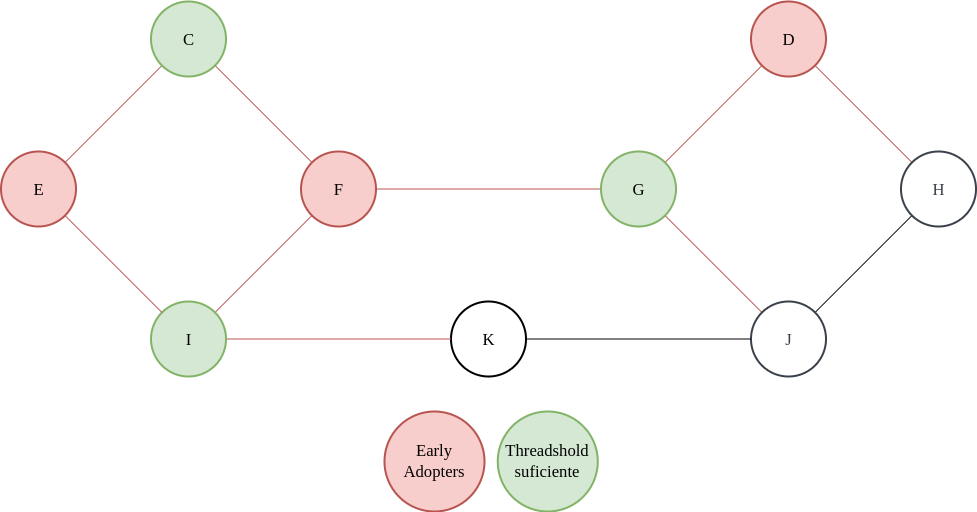
The draw.io diagram parcialito_3/media/3-b4.png in amveiga/75.30-teoria_de_algoritmos_ii, before a commit. Source tidied: cells renumbered, new cells last; positions are measured from the earlier drawing's top-left corner, leaving out a move shared by most shapes.
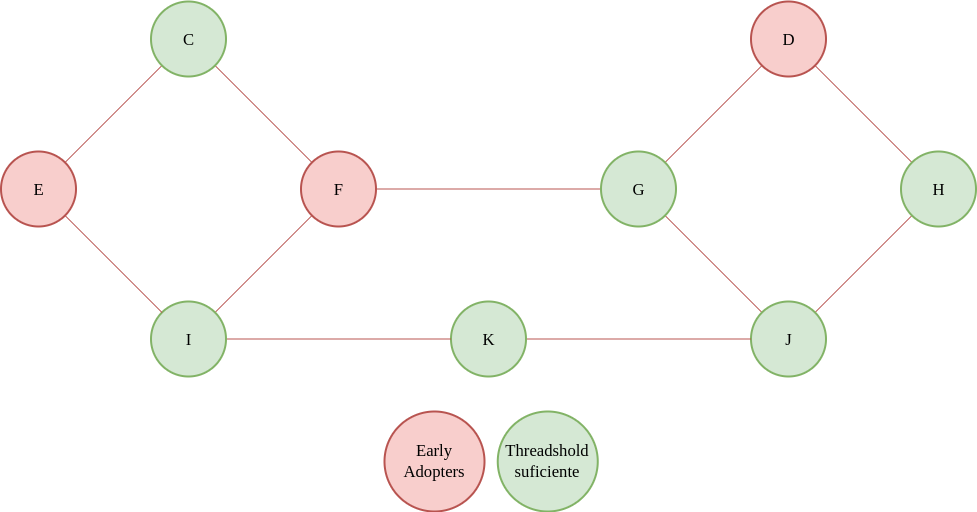
The same diagram one commit later.

Change to the diagram source:
```diff
@@ -14,31 +14,31 @@
     <mxCell id="5" style="edgeStyle=none;rounded=0;jettySize=auto;html=1;exitX=1;exitY=1;exitDx=0;exitDy=0;startArrow=none;startFill=0;endArrow=none;endFill=0;fillColor=#f8cecc;strokeColor=#b85450;" parent="1" edge="1" source="7" target="12">
       <mxGeometry relative="1" as="geometry" />
     </mxCell>
-    <mxCell id="6" style="edgeStyle=orthogonalEdgeStyle;rounded=0;jettySize=auto;html=1;exitX=0;exitY=0.5;exitDx=0;exitDy=0;entryX=1;entryY=0.5;entryDx=0;entryDy=0;strokeColor=#b85450;endArrow=none;endFill=0;fillColor=#f8cecc;" parent="1" edge="1" source="7" target="3">
+    <mxCell id="6" style="edgeStyle=orthogonalEdgeStyle;rounded=0;jettySize=auto;html=1;exitX=0;exitY=0.5;exitDx=0;exitDy=0;entryX=1;entryY=0.5;entryDx=0;entryDy=0;endArrow=none;endFill=0;fillColor=#f8cecc;strokeColor=#b85450;" parent="1" edge="1" source="7" target="3">
       <mxGeometry relative="1" as="geometry" />
     </mxCell>
-    <mxCell id="7" value="G" style="html=1;overflow=block;blockSpacing=1;whiteSpace=wrap;ellipse;fontSize=16.7;fontFamily=Droid Serif;spacing=3.8;strokeColor=#82b366;strokeOpacity=100;rounded=1;absoluteArcSize=1;arcSize=9;strokeWidth=2;fillColor=#d5e8d4;" parent="1" vertex="1">
+    <mxCell id="7" value="G" style="html=1;overflow=block;blockSpacing=1;whiteSpace=wrap;ellipse;fontSize=16.7;fontFamily=Droid Serif;spacing=3.8;strokeOpacity=100;rounded=1;absoluteArcSize=1;arcSize=9;strokeWidth=2;fillColor=#d5e8d4;strokeColor=#82b366;" parent="1" vertex="1">
       <mxGeometry x="600.5" y="150" width="75" height="75" as="geometry" />
     </mxCell>
     <mxCell id="8" style="edgeStyle=none;rounded=0;jettySize=auto;html=1;exitX=1;exitY=1;exitDx=0;exitDy=0;entryX=0;entryY=0;entryDx=0;entryDy=0;endArrow=none;endFill=0;fillColor=#f8cecc;strokeColor=#b85450;" parent="1" edge="1" source="9" target="11">
       <mxGeometry relative="1" as="geometry" />
     </mxCell>
-    <mxCell id="9" value="D" style="html=1;overflow=block;blockSpacing=1;whiteSpace=wrap;ellipse;fontSize=16.7;fontFamily=Droid Serif;spacing=3.8;strokeColor=#b85450;strokeOpacity=100;rounded=1;absoluteArcSize=1;arcSize=9;strokeWidth=2;fillColor=#f8cecc;" parent="1" vertex="1">
+    <mxCell id="9" value="D" style="html=1;overflow=block;blockSpacing=1;whiteSpace=wrap;ellipse;fontSize=16.7;fontFamily=Droid Serif;spacing=3.8;strokeOpacity=100;rounded=1;absoluteArcSize=1;arcSize=9;strokeWidth=2;fillColor=#f8cecc;strokeColor=#b85450;" parent="1" vertex="1">
       <mxGeometry x="750.5" width="75" height="75" as="geometry" />
     </mxCell>
-    <mxCell id="10" style="edgeStyle=none;rounded=0;jettySize=auto;html=1;exitX=0;exitY=1;exitDx=0;exitDy=0;entryX=1;entryY=0;entryDx=0;entryDy=0;startArrow=none;startFill=0;endArrow=none;endFill=0;" parent="1" edge="1" source="11" target="12">
+    <mxCell id="10" style="edgeStyle=none;rounded=0;jettySize=auto;html=1;exitX=0;exitY=1;exitDx=0;exitDy=0;entryX=1;entryY=0;entryDx=0;entryDy=0;startArrow=none;startFill=0;endArrow=none;endFill=0;fillColor=#f8cecc;strokeColor=#b85450;" parent="1" edge="1" source="11" target="12">
       <mxGeometry relative="1" as="geometry" />
     </mxCell>
-    <mxCell id="11" value="H" style="html=1;overflow=block;blockSpacing=1;whiteSpace=wrap;ellipse;fontSize=16.7;fontFamily=Droid Serif;fontColor=#3a414a;spacing=3.8;strokeColor=#3a414a;strokeOpacity=100;rounded=1;absoluteArcSize=1;arcSize=9;strokeWidth=2;" parent="1" vertex="1">
+    <mxCell id="11" value="H" style="html=1;overflow=block;blockSpacing=1;whiteSpace=wrap;ellipse;fontSize=16.7;fontFamily=Droid Serif;spacing=3.8;strokeOpacity=100;rounded=1;absoluteArcSize=1;arcSize=9;strokeWidth=2;fillColor=#d5e8d4;strokeColor=#82b366;" parent="1" vertex="1">
       <mxGeometry x="900.5" y="150" width="75" height="75" as="geometry" />
     </mxCell>
-    <mxCell id="12" value="J" style="html=1;overflow=block;blockSpacing=1;whiteSpace=wrap;ellipse;fontSize=16.7;fontFamily=Droid Serif;fontColor=#3a414a;spacing=3.8;strokeColor=#3a414a;strokeOpacity=100;rounded=1;absoluteArcSize=1;arcSize=9;strokeWidth=2;" parent="1" vertex="1">
+    <mxCell id="12" value="J" style="html=1;overflow=block;blockSpacing=1;whiteSpace=wrap;ellipse;fontSize=16.7;fontFamily=Droid Serif;spacing=3.8;strokeOpacity=100;rounded=1;absoluteArcSize=1;arcSize=9;strokeWidth=2;fillColor=#d5e8d4;strokeColor=#82b366;" parent="1" vertex="1">
       <mxGeometry x="750.5" y="300" width="75" height="75" as="geometry" />
     </mxCell>
-    <mxCell id="13" style="edgeStyle=none;rounded=0;jettySize=auto;html=1;exitX=1;exitY=0.5;exitDx=0;exitDy=0;entryX=0;entryY=0.5;entryDx=0;entryDy=0;startArrow=none;startFill=0;endArrow=none;endFill=0;" parent="1" edge="1" source="14" target="12">
+    <mxCell id="13" style="edgeStyle=none;rounded=0;jettySize=auto;html=1;exitX=1;exitY=0.5;exitDx=0;exitDy=0;entryX=0;entryY=0.5;entryDx=0;entryDy=0;startArrow=none;startFill=0;endArrow=none;endFill=0;fillColor=#f8cecc;strokeColor=#b85450;" parent="1" edge="1" source="14" target="12">
       <mxGeometry relative="1" as="geometry" />
     </mxCell>
-    <mxCell id="14" value="K" style="html=1;overflow=block;blockSpacing=1;whiteSpace=wrap;ellipse;fontSize=16.7;fontFamily=Droid Serif;spacing=3.8;strokeOpacity=100;rounded=1;absoluteArcSize=1;arcSize=9;strokeWidth=2;" parent="1" vertex="1">
+    <mxCell id="14" value="K" style="html=1;overflow=block;blockSpacing=1;whiteSpace=wrap;ellipse;fontSize=16.7;fontFamily=Droid Serif;spacing=3.8;strokeOpacity=100;rounded=1;absoluteArcSize=1;arcSize=9;strokeWidth=2;fillColor=#d5e8d4;strokeColor=#82b366;" parent="1" vertex="1">
       <mxGeometry x="450.5" y="300" width="75" height="75" as="geometry" />
     </mxCell>
     <mxCell id="15" style="edgeStyle=none;rounded=0;jettySize=auto;html=1;exitX=1;exitY=0;exitDx=0;exitDy=0;startArrow=none;startFill=0;endArrow=none;endFill=0;fillColor=#f8cecc;strokeColor=#b85450;" parent="1" edge="1" source="17" target="3">
```
